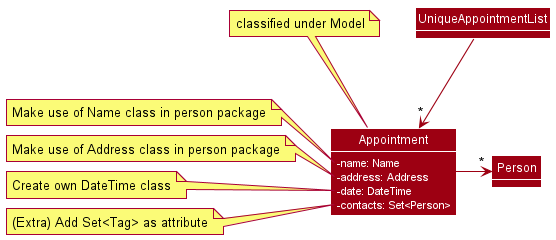
This is docs/images/AppointmentClassDiagram.png from nus-cs2103-AY2021S2/tp, a PlantUML export, as it was before one commit.
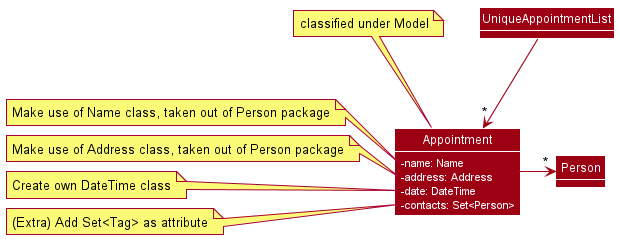
The same diagram one commit later.

Commit message:
Edit AppointmentClassDiagram and AppointmentWithModelClassDiagram

What changed in the source:
```diff
@@ -16,10 +16,10 @@
 
 note top of Appointment: classified under Model
 note left of Appointment::name
-    Make use of Name class in person package
+    Make use of Name class, taken out of Person package
 end note
 note left of Appointment::address
-    Make use of Address class in person package
+    Make use of Address class, taken out of Person package
 end note
 note left of Appointment::date
     Create own DateTime class
```
